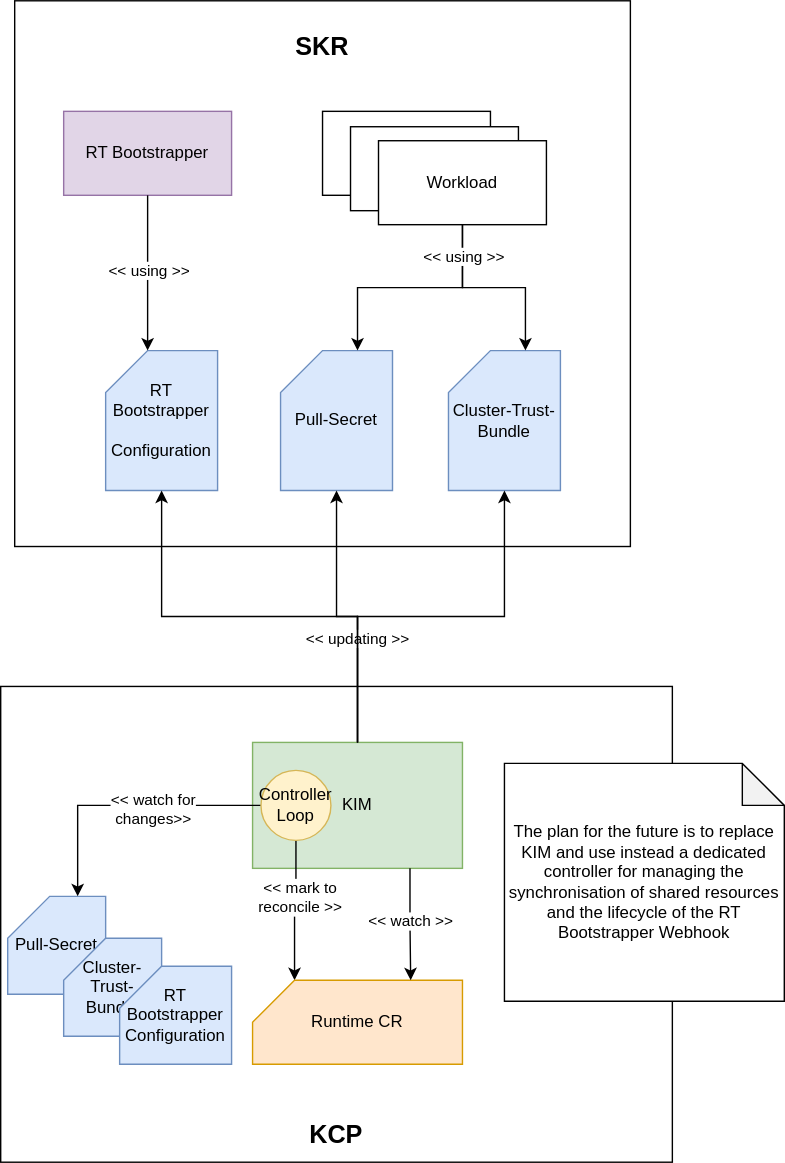
akgalwas/rt-bootstrapper keeps this draw.io diagram as docs/contributor/assets/old-arch-rt-bootstrapper.drawio.svg. Above is the earlier version. Source tidied: cells renumbered, new cells last; positions are measured from the earlier drawing's top-left corner, leaving out a move shared by most shapes.
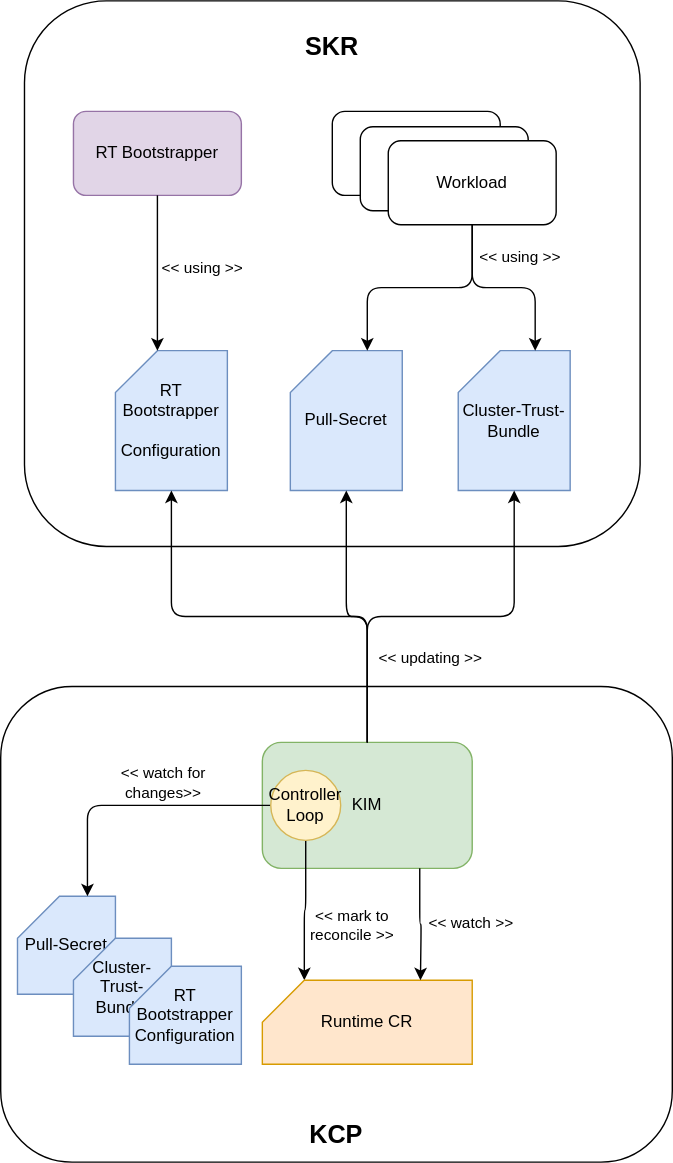
Later version of the same file.

Diff of the diagram source:
```diff
@@ -1,30 +1,32 @@
-<mxGraphModel>
+<mxGraphModel background="#ffffff">
   <root>
     <mxCell id="0" />
     <mxCell id="1" parent="0" />
-    <mxCell id="2" value="&lt;div&gt;&lt;br&gt;&lt;/div&gt;&lt;div&gt;&lt;br&gt;&lt;/div&gt;&lt;div&gt;&lt;br&gt;&lt;/div&gt;&lt;div&gt;&lt;br&gt;&lt;/div&gt;&lt;div&gt;&lt;br&gt;&lt;/div&gt;&lt;div&gt;&lt;br&gt;&lt;/div&gt;&lt;div&gt;&lt;br&gt;&lt;/div&gt;&lt;div&gt;&lt;br&gt;&lt;/div&gt;&lt;div&gt;&lt;br&gt;&lt;/div&gt;&lt;div&gt;&lt;br&gt;&lt;/div&gt;&lt;div&gt;&lt;br&gt;&lt;/div&gt;&lt;div&gt;&lt;br&gt;&lt;/div&gt;&lt;div&gt;&lt;br&gt;&lt;/div&gt;&lt;div&gt;&lt;br&gt;&lt;/div&gt;&lt;div&gt;&lt;br&gt;&lt;/div&gt;&lt;div&gt;&lt;br&gt;&lt;/div&gt;&lt;div&gt;&lt;br&gt;&lt;/div&gt;&lt;div&gt;&lt;br&gt;&lt;/div&gt;&lt;div&gt;&lt;br&gt;&lt;/div&gt;&lt;div&gt;&lt;br&gt;&lt;/div&gt;&lt;div&gt;&lt;br&gt;&lt;/div&gt;&lt;div&gt;&lt;font style=&quot;font-size: 18px;&quot;&gt;&lt;b style=&quot;&quot;&gt;KCP&lt;/b&gt;&lt;/font&gt;&lt;/div&gt;" style="rounded=0;whiteSpace=wrap;html=1;" parent="1" vertex="1">
-      <mxGeometry y="490" width="480" height="340" as="geometry" />
+    <mxCell id="2" value="&lt;div&gt;&lt;br&gt;&lt;/div&gt;&lt;div&gt;&lt;br&gt;&lt;/div&gt;&lt;div&gt;&lt;br&gt;&lt;/div&gt;&lt;div&gt;&lt;br&gt;&lt;/div&gt;&lt;div&gt;&lt;br&gt;&lt;/div&gt;&lt;div&gt;&lt;br&gt;&lt;/div&gt;&lt;div&gt;&lt;br&gt;&lt;/div&gt;&lt;div&gt;&lt;br&gt;&lt;/div&gt;&lt;div&gt;&lt;br&gt;&lt;/div&gt;&lt;div&gt;&lt;br&gt;&lt;/div&gt;&lt;div&gt;&lt;br&gt;&lt;/div&gt;&lt;div&gt;&lt;br&gt;&lt;/div&gt;&lt;div&gt;&lt;br&gt;&lt;/div&gt;&lt;div&gt;&lt;br&gt;&lt;/div&gt;&lt;div&gt;&lt;br&gt;&lt;/div&gt;&lt;div&gt;&lt;br&gt;&lt;/div&gt;&lt;div&gt;&lt;br&gt;&lt;/div&gt;&lt;div&gt;&lt;br&gt;&lt;/div&gt;&lt;div&gt;&lt;br&gt;&lt;/div&gt;&lt;div&gt;&lt;br&gt;&lt;/div&gt;&lt;div&gt;&lt;br&gt;&lt;/div&gt;&lt;div&gt;&lt;font style=&quot;font-size: 18px;&quot;&gt;&lt;b style=&quot;&quot;&gt;KCP&lt;/b&gt;&lt;/font&gt;&lt;/div&gt;" style="rounded=1;whiteSpace=wrap;html=1;" parent="1" vertex="1">
+      <mxGeometry x="-7" y="490" width="480" height="340" as="geometry" />
     </mxCell>
-    <mxCell id="3" value="KIM" style="rounded=0;whiteSpace=wrap;html=1;fillColor=#d5e8d4;strokeColor=#82b366;" parent="1" vertex="1">
+    <mxCell id="3" value="KIM" style="rounded=1;whiteSpace=wrap;html=1;fillColor=#d5e8d4;strokeColor=#82b366;" parent="1" vertex="1">
       <mxGeometry x="180" y="530" width="150" height="90" as="geometry" />
     </mxCell>
-    <mxCell id="4" value="&lt;b&gt;&lt;font style=&quot;font-size: 18px;&quot;&gt;SKR&lt;/font&gt;&lt;/b&gt;&lt;div&gt;&lt;b&gt;&lt;font style=&quot;font-size: 18px;&quot;&gt;&lt;br&gt;&lt;/font&gt;&lt;/b&gt;&lt;/div&gt;&lt;div&gt;&lt;b&gt;&lt;font style=&quot;font-size: 18px;&quot;&gt;&lt;br&gt;&lt;/font&gt;&lt;/b&gt;&lt;/div&gt;&lt;div&gt;&lt;b&gt;&lt;font style=&quot;font-size: 18px;&quot;&gt;&lt;br&gt;&lt;/font&gt;&lt;/b&gt;&lt;/div&gt;&lt;div&gt;&lt;b&gt;&lt;font style=&quot;font-size: 18px;&quot;&gt;&lt;br&gt;&lt;/font&gt;&lt;/b&gt;&lt;/div&gt;&lt;div&gt;&lt;b&gt;&lt;font style=&quot;font-size: 18px;&quot;&gt;&lt;br&gt;&lt;/font&gt;&lt;/b&gt;&lt;/div&gt;&lt;div&gt;&lt;b&gt;&lt;font style=&quot;font-size: 18px;&quot;&gt;&lt;br&gt;&lt;/font&gt;&lt;/b&gt;&lt;/div&gt;&lt;div&gt;&lt;b&gt;&lt;font style=&quot;font-size: 18px;&quot;&gt;&lt;br&gt;&lt;/font&gt;&lt;/b&gt;&lt;/div&gt;&lt;div&gt;&lt;b&gt;&lt;font style=&quot;font-size: 18px;&quot;&gt;&lt;br&gt;&lt;/font&gt;&lt;/b&gt;&lt;/div&gt;&lt;div&gt;&lt;b&gt;&lt;font style=&quot;font-size: 18px;&quot;&gt;&lt;br&gt;&lt;/font&gt;&lt;/b&gt;&lt;/div&gt;&lt;div&gt;&lt;b&gt;&lt;font style=&quot;font-size: 18px;&quot;&gt;&lt;br&gt;&lt;/font&gt;&lt;/b&gt;&lt;/div&gt;&lt;div&gt;&lt;b&gt;&lt;font style=&quot;font-size: 18px;&quot;&gt;&lt;br&gt;&lt;/font&gt;&lt;/b&gt;&lt;/div&gt;&lt;div&gt;&lt;b&gt;&lt;font style=&quot;font-size: 18px;&quot;&gt;&lt;br&gt;&lt;/font&gt;&lt;/b&gt;&lt;/div&gt;&lt;div&gt;&lt;b&gt;&lt;font style=&quot;font-size: 18px;&quot;&gt;&lt;br&gt;&lt;/font&gt;&lt;/b&gt;&lt;/div&gt;&lt;div&gt;&lt;b&gt;&lt;font style=&quot;font-size: 18px;&quot;&gt;&lt;br&gt;&lt;/font&gt;&lt;/b&gt;&lt;/div&gt;&lt;div&gt;&lt;b&gt;&lt;font style=&quot;font-size: 18px;&quot;&gt;&lt;br&gt;&lt;/font&gt;&lt;/b&gt;&lt;/div&gt;" style="rounded=0;whiteSpace=wrap;html=1;" parent="1" vertex="1">
+    <mxCell id="4" value="&lt;b&gt;&lt;font style=&quot;font-size: 18px;&quot;&gt;SKR&lt;/font&gt;&lt;/b&gt;&lt;div&gt;&lt;b&gt;&lt;font style=&quot;font-size: 18px;&quot;&gt;&lt;br&gt;&lt;/font&gt;&lt;/b&gt;&lt;/div&gt;&lt;div&gt;&lt;b&gt;&lt;font style=&quot;font-size: 18px;&quot;&gt;&lt;br&gt;&lt;/font&gt;&lt;/b&gt;&lt;/div&gt;&lt;div&gt;&lt;b&gt;&lt;font style=&quot;font-size: 18px;&quot;&gt;&lt;br&gt;&lt;/font&gt;&lt;/b&gt;&lt;/div&gt;&lt;div&gt;&lt;b&gt;&lt;font style=&quot;font-size: 18px;&quot;&gt;&lt;br&gt;&lt;/font&gt;&lt;/b&gt;&lt;/div&gt;&lt;div&gt;&lt;b&gt;&lt;font style=&quot;font-size: 18px;&quot;&gt;&lt;br&gt;&lt;/font&gt;&lt;/b&gt;&lt;/div&gt;&lt;div&gt;&lt;b&gt;&lt;font style=&quot;font-size: 18px;&quot;&gt;&lt;br&gt;&lt;/font&gt;&lt;/b&gt;&lt;/div&gt;&lt;div&gt;&lt;b&gt;&lt;font style=&quot;font-size: 18px;&quot;&gt;&lt;br&gt;&lt;/font&gt;&lt;/b&gt;&lt;/div&gt;&lt;div&gt;&lt;b&gt;&lt;font style=&quot;font-size: 18px;&quot;&gt;&lt;br&gt;&lt;/font&gt;&lt;/b&gt;&lt;/div&gt;&lt;div&gt;&lt;b&gt;&lt;font style=&quot;font-size: 18px;&quot;&gt;&lt;br&gt;&lt;/font&gt;&lt;/b&gt;&lt;/div&gt;&lt;div&gt;&lt;b&gt;&lt;font style=&quot;font-size: 18px;&quot;&gt;&lt;br&gt;&lt;/font&gt;&lt;/b&gt;&lt;/div&gt;&lt;div&gt;&lt;b&gt;&lt;font style=&quot;font-size: 18px;&quot;&gt;&lt;br&gt;&lt;/font&gt;&lt;/b&gt;&lt;/div&gt;&lt;div&gt;&lt;b&gt;&lt;font style=&quot;font-size: 18px;&quot;&gt;&lt;br&gt;&lt;/font&gt;&lt;/b&gt;&lt;/div&gt;&lt;div&gt;&lt;b&gt;&lt;font style=&quot;font-size: 18px;&quot;&gt;&lt;br&gt;&lt;/font&gt;&lt;/b&gt;&lt;/div&gt;&lt;div&gt;&lt;b&gt;&lt;font style=&quot;font-size: 18px;&quot;&gt;&lt;br&gt;&lt;/font&gt;&lt;/b&gt;&lt;/div&gt;&lt;div&gt;&lt;b&gt;&lt;font style=&quot;font-size: 18px;&quot;&gt;&lt;br&gt;&lt;/font&gt;&lt;/b&gt;&lt;/div&gt;" style="rounded=1;whiteSpace=wrap;html=1;" parent="1" vertex="1">
       <mxGeometry x="10" width="440" height="390" as="geometry" />
     </mxCell>
-    <mxCell id="5" value="RT Bootstrapper" style="rounded=0;whiteSpace=wrap;html=1;fillColor=#e1d5e7;strokeColor=#9673a6;" parent="1" vertex="1">
+    <mxCell id="5" value="RT Bootstrapper" style="rounded=1;whiteSpace=wrap;html=1;fillColor=#e1d5e7;strokeColor=#9673a6;" parent="1" vertex="1">
       <mxGeometry x="45" y="79" width="120" height="60" as="geometry" />
     </mxCell>
     <mxCell id="6" value="RT&lt;br&gt;Bootstrapper&lt;br&gt;&lt;br&gt;&lt;div&gt;Configuration&lt;/div&gt;" style="shape=card;whiteSpace=wrap;html=1;fillColor=#dae8fc;strokeColor=#6c8ebf;" parent="1" vertex="1">
       <mxGeometry x="75" y="250" width="80" height="100" as="geometry" />
     </mxCell>
-    <mxCell id="7" value="&amp;lt;&amp;lt; updating &amp;gt;&amp;gt;" style="edgeStyle=orthogonalEdgeStyle;rounded=0;jettySize=auto;html=1;exitX=0.5;exitY=0;exitDx=0;exitDy=0;entryX=0.5;entryY=1;entryDx=0;entryDy=0;entryPerimeter=0;" parent="1" edge="1" source="3" target="6">
-      <mxGeometry x="-0.54" relative="1" as="geometry" />
+    <mxCell id="7" value="&amp;lt;&amp;lt; updating &amp;gt;&amp;gt;" style="edgeStyle=orthogonalEdgeStyle;rounded=1;jettySize=auto;html=1;exitX=0.5;exitY=0;exitDx=0;exitDy=0;entryX=0.5;entryY=1;entryDx=0;entryDy=0;entryPerimeter=0;curved=0;" parent="1" edge="1" source="3" target="6">
+      <mxGeometry x="-0.62" y="-45" relative="1" as="geometry" />
     </mxCell>
     <mxCell id="8" style="edgeStyle=orthogonalEdgeStyle;rounded=0;jettySize=auto;html=1;exitX=0.5;exitY=1;exitDx=0;exitDy=0;entryX=0;entryY=0;entryDx=30;entryDy=0;entryPerimeter=0;" parent="1" edge="1" source="5" target="6">
       <mxGeometry relative="1" as="geometry" />
     </mxCell>
     <mxCell id="9" value="&amp;lt;&amp;lt; using &amp;gt;&amp;gt;" style="edgeLabel;html=1;align=center;verticalAlign=middle;" parent="8" vertex="1">
-      <mxGeometry x="-0.04" relative="1" as="geometry" />
+      <mxGeometry x="-0.04" relative="1" as="geometry">
+        <mxPoint x="31" y="-2" as="offset" />
+      </mxGeometry>
     </mxCell>
     <mxCell id="10" value="Pull-Secret" style="shape=card;whiteSpace=wrap;html=1;fillColor=#dae8fc;strokeColor=#6c8ebf;" parent="1" vertex="1">
       <mxGeometry x="200" y="250" width="80" height="100" as="geometry" />
@@ -32,33 +34,32 @@
     <mxCell id="11" value="Cluster-Trust-Bundle" style="shape=card;whiteSpace=wrap;html=1;fillColor=#dae8fc;strokeColor=#6c8ebf;" parent="1" vertex="1">
       <mxGeometry x="320" y="250" width="80" height="100" as="geometry" />
     </mxCell>
-    <mxCell id="12" style="edgeStyle=orthogonalEdgeStyle;rounded=0;jettySize=auto;html=1;exitX=0.5;exitY=0;exitDx=0;exitDy=0;entryX=0.5;entryY=1;entryDx=0;entryDy=0;entryPerimeter=0;" parent="1" edge="1" source="3" target="10">
+    <mxCell id="12" style="edgeStyle=orthogonalEdgeStyle;rounded=1;jettySize=auto;html=1;exitX=0.5;exitY=0;exitDx=0;exitDy=0;entryX=0.5;entryY=1;entryDx=0;entryDy=0;entryPerimeter=0;curved=0;" parent="1" edge="1" source="3" target="10">
       <mxGeometry relative="1" as="geometry" />
     </mxCell>
-    <mxCell id="13" style="edgeStyle=orthogonalEdgeStyle;rounded=0;jettySize=auto;html=1;exitX=0.5;exitY=0;exitDx=0;exitDy=0;entryX=0.5;entryY=1;entryDx=0;entryDy=0;entryPerimeter=0;" parent="1" edge="1" source="3" target="11">
+    <mxCell id="13" style="edgeStyle=orthogonalEdgeStyle;rounded=1;jettySize=auto;html=1;exitX=0.5;exitY=0;exitDx=0;exitDy=0;entryX=0.5;entryY=1;entryDx=0;entryDy=0;entryPerimeter=0;curved=0;" parent="1" edge="1" source="3" target="11">
       <mxGeometry relative="1" as="geometry" />
     </mxCell>
-    <mxCell id="14" value="Workload" style="rounded=0;whiteSpace=wrap;html=1;" parent="1" vertex="1">
+    <mxCell id="14" value="Workload" style="rounded=1;whiteSpace=wrap;html=1;" parent="1" vertex="1">
       <mxGeometry x="230" y="79" width="120" height="60" as="geometry" />
     </mxCell>
-    <mxCell id="15" value="Workload" style="rounded=0;whiteSpace=wrap;html=1;" parent="1" vertex="1">
+    <mxCell id="15" value="Workload" style="rounded=1;whiteSpace=wrap;html=1;" parent="1" vertex="1">
       <mxGeometry x="250" y="90" width="120" height="60" as="geometry" />
     </mxCell>
-    <mxCell id="16" value="Workload" style="rounded=0;whiteSpace=wrap;html=1;" parent="1" vertex="1">
+    <mxCell id="16" value="Workload" style="rounded=1;whiteSpace=wrap;html=1;" parent="1" vertex="1">
       <mxGeometry x="270" y="100" width="120" height="60" as="geometry" />
     </mxCell>
-    <mxCell id="17" style="edgeStyle=orthogonalEdgeStyle;rounded=0;jettySize=auto;html=1;exitX=0.5;exitY=1;exitDx=0;exitDy=0;entryX=0;entryY=0;entryDx=55;entryDy=0;entryPerimeter=0;" parent="1" edge="1" source="16" target="10">
+    <mxCell id="17" style="edgeStyle=orthogonalEdgeStyle;rounded=1;jettySize=auto;html=1;exitX=0.5;exitY=1;exitDx=0;exitDy=0;entryX=0;entryY=0;entryDx=55;entryDy=0;entryPerimeter=0;curved=0;" parent="1" edge="1" source="16" target="10">
       <mxGeometry relative="1" as="geometry" />
     </mxCell>
-    <mxCell id="18" style="edgeStyle=orthogonalEdgeStyle;rounded=0;jettySize=auto;html=1;exitX=0.5;exitY=1;exitDx=0;exitDy=0;entryX=0;entryY=0;entryDx=55;entryDy=0;entryPerimeter=0;" parent="1" edge="1" source="16" target="11">
+    <mxCell id="18" style="edgeStyle=orthogonalEdgeStyle;rounded=1;jettySize=auto;html=1;exitX=0.5;exitY=1;exitDx=0;exitDy=0;entryX=0;entryY=0;entryDx=55;entryDy=0;entryPerimeter=0;curved=0;" parent="1" edge="1" source="16" target="11">
       <mxGeometry relative="1" as="geometry" />
     </mxCell>
     <mxCell id="19" value="&amp;lt;&amp;lt; using &amp;gt;&amp;gt;" style="edgeLabel;html=1;align=center;verticalAlign=middle;" parent="18" vertex="1">
-      <mxGeometry x="-0.67" relative="1" as="geometry" />
+      <mxGeometry x="-0.67" relative="1" as="geometry">
+        <mxPoint x="33" as="offset" />
+      </mxGeometry>
     </mxCell>
-    <mxCell id="20" value="The plan for the future is to replace KIM and use instead a dedicated controller for managing the synchronisation of shared resources and the lifecycle of the RT Bootstrapper Webhook" style="shape=note;whiteSpace=wrap;html=1;backgroundOutline=1;darkOpacity=0.05;" parent="1" vertex="1">
-      <mxGeometry x="360" y="545" width="200" height="170" as="geometry" />
-    </mxCell>
     <mxCell id="21" value="Pull-Secret" style="shape=card;whiteSpace=wrap;html=1;fillColor=#dae8fc;strokeColor=#6c8ebf;" parent="1" vertex="1">
       <mxGeometry x="5" y="640" width="70" height="70" as="geometry" />
     </mxCell>
@@ -68,17 +69,21 @@
     <mxCell id="23" value="RT&lt;br&gt;Bootstrapper&lt;br&gt;&lt;div&gt;Configuration&lt;/div&gt;" style="shape=card;whiteSpace=wrap;html=1;fillColor=#dae8fc;strokeColor=#6c8ebf;" parent="1" vertex="1">
       <mxGeometry x="85" y="690" width="80" height="70" as="geometry" />
     </mxCell>
-    <mxCell id="24" style="edgeStyle=orthogonalEdgeStyle;rounded=0;jettySize=auto;html=1;exitX=0;exitY=0.5;exitDx=0;exitDy=0;entryX=0;entryY=0;entryDx=50;entryDy=0;entryPerimeter=0;" parent="1" edge="1" source="28" target="21">
+    <mxCell id="24" style="edgeStyle=orthogonalEdgeStyle;rounded=1;jettySize=auto;html=1;exitX=0;exitY=0.5;exitDx=0;exitDy=0;entryX=0;entryY=0;entryDx=50;entryDy=0;entryPerimeter=0;curved=0;" parent="1" edge="1" source="28" target="21">
       <mxGeometry relative="1" as="geometry" />
     </mxCell>
     <mxCell id="25" value="&amp;lt;&amp;lt; watch for &lt;br&gt;changes&amp;gt;&amp;gt;" style="edgeLabel;html=1;align=center;verticalAlign=middle;" parent="24" vertex="1">
-      <mxGeometry x="-0.2" y="2" relative="1" as="geometry" />
+      <mxGeometry x="-0.2" y="2" relative="1" as="geometry">
+        <mxPoint y="-19" as="offset" />
+      </mxGeometry>
     </mxCell>
-    <mxCell id="26" style="edgeStyle=orthogonalEdgeStyle;rounded=0;jettySize=auto;html=1;exitX=0.5;exitY=1;exitDx=0;exitDy=0;entryX=0;entryY=0;entryDx=30;entryDy=0;entryPerimeter=0;" parent="1" edge="1" source="28" target="29">
+    <mxCell id="26" style="edgeStyle=orthogonalEdgeStyle;rounded=1;jettySize=auto;html=1;exitX=0.5;exitY=1;exitDx=0;exitDy=0;entryX=0;entryY=0;entryDx=30;entryDy=0;entryPerimeter=0;curved=0;" parent="1" edge="1" source="28" target="29">
       <mxGeometry relative="1" as="geometry" />
     </mxCell>
     <mxCell id="27" value="&amp;lt;&amp;lt; mark to &lt;br&gt;reconcile &amp;gt;&amp;gt;" style="edgeLabel;html=1;align=center;verticalAlign=middle;" parent="26" vertex="1">
-      <mxGeometry x="-0.21" y="2" relative="1" as="geometry" />
+      <mxGeometry x="-0.21" y="2" relative="1" as="geometry">
+        <mxPoint x="30" y="20" as="offset" />
+      </mxGeometry>
     </mxCell>
     <mxCell id="28" value="Controller&lt;br&gt;Loop" style="ellipse;whiteSpace=wrap;html=1;fillColor=#fff2cc;strokeColor=#d6b656;" parent="1" vertex="1">
       <mxGeometry x="186" y="550" width="50" height="50" as="geometry" />
@@ -86,14 +91,14 @@
     <mxCell id="29" value="Runtime CR" style="shape=card;whiteSpace=wrap;html=1;fillColor=#ffe6cc;strokeColor=#d79b00;" parent="1" vertex="1">
       <mxGeometry x="180" y="700" width="150" height="60" as="geometry" />
     </mxCell>
-    <mxCell id="30" style="edgeStyle=orthogonalEdgeStyle;rounded=0;jettySize=auto;html=1;exitX=0.75;exitY=1;exitDx=0;exitDy=0;" parent="1" edge="1" source="3">
+    <mxCell id="30" style="edgeStyle=orthogonalEdgeStyle;rounded=1;jettySize=auto;html=1;exitX=0.75;exitY=1;exitDx=0;exitDy=0;curved=0;" parent="1" edge="1" source="3">
       <mxGeometry relative="1" as="geometry">
         <mxPoint x="293" y="700" as="targetPoint" />
       </mxGeometry>
     </mxCell>
     <mxCell id="31" value="&amp;lt;&amp;lt; watch &amp;gt;&amp;gt;" style="edgeLabel;html=1;align=center;verticalAlign=middle;" parent="30" vertex="1">
       <mxGeometry x="-0.07" y="-1" relative="1" as="geometry">
-        <mxPoint x="1" as="offset" />
+        <mxPoint x="37" as="offset" />
       </mxGeometry>
     </mxCell>
   </root>
```
